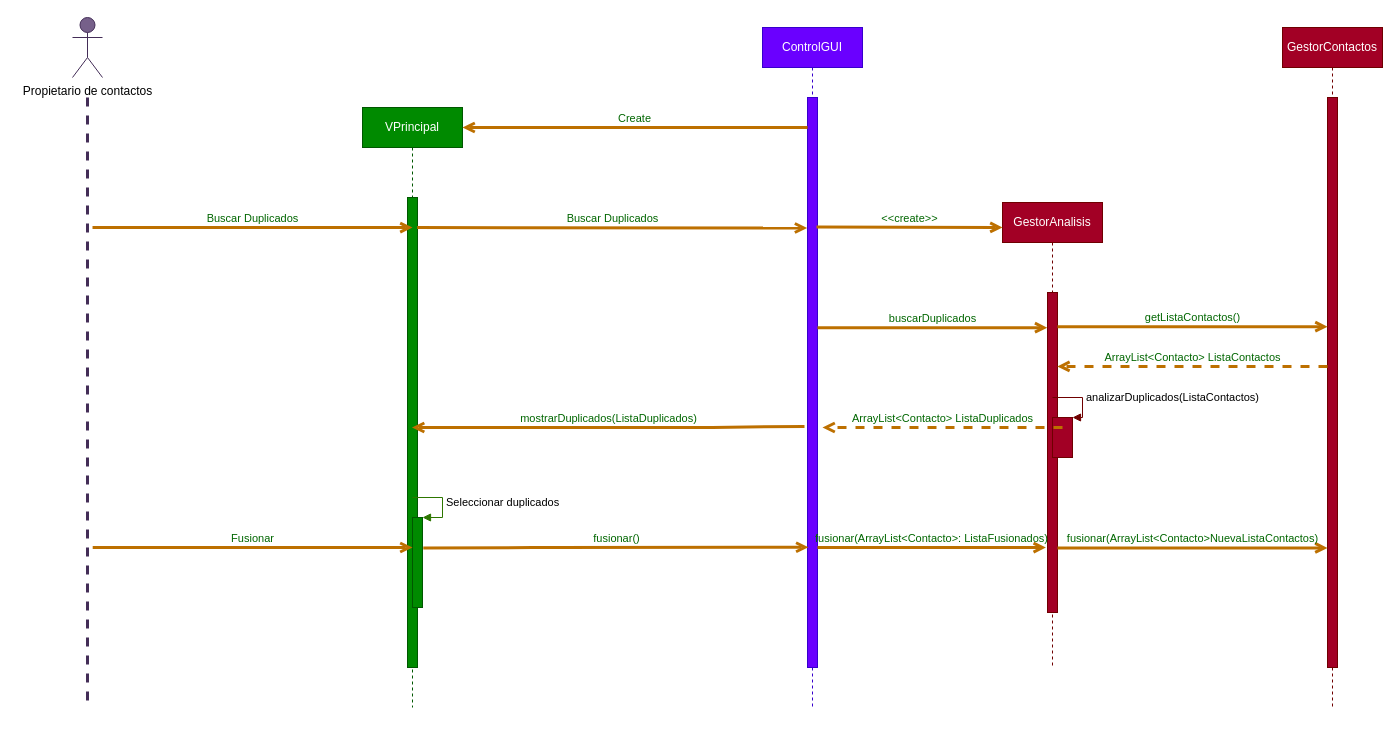
JuanCarlosGarciaZepeda/SmartScheduler keeps this draw.io diagram as diagramas/diagramas de secuencia/secuenciaC2_BuscarDuplicados.drawio. Above is the earlier version. Source tidied: cells renumbered, new cells numbered last; positions are measured from the earlier drawing's top-left corner, leaving out a move shared by most shapes. Both pictures are drawn from the tidied source at 100%, with x=0, y=0 at pixel (72, 17).
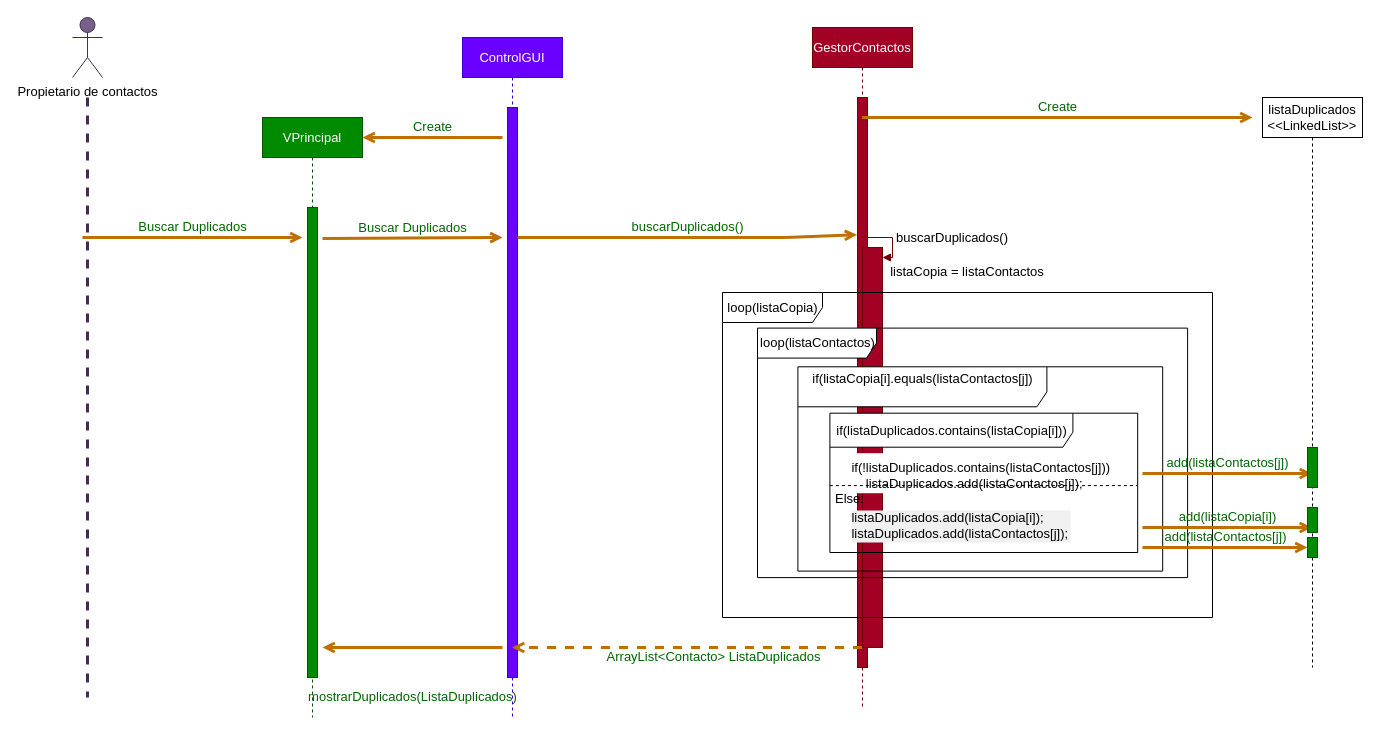
Above is the later version.

Diff of the diagram source:
```diff
@@
-    <mxCell id="2" value="Propietario de contactos" style="shape=umlActor;verticalLabelPosition=bottom;verticalAlign=top;html=1;fillColor=#76608a;strokeColor=#432D57;fontColor=#000000;" parent="1" vertex="1">
+    <mxCell id="2" value="Propietario de contactos" style="shape=umlActor;verticalLabelPosition=bottom;verticalAlign=top;html=1;fillColor=#76608a;strokeColor=#432D57;fontColor=#000000;fontSize=13;" parent="1" vertex="1">
       <mxGeometry width="30" height="60" as="geometry" />
     </mxCell>
-    <mxCell id="3" style="endArrow=none;startArrow=none;endFill=0;startFill=0;endSize=8;html=1;verticalAlign=bottom;labelBackgroundColor=none;strokeWidth=3;fillColor=#76608a;strokeColor=#432D57;dashed=1;" parent="1" edge="1">
+    <mxCell id="3" style="endArrow=none;startArrow=none;endFill=0;startFill=0;endSize=8;html=1;verticalAlign=bottom;labelBackgroundColor=none;strokeWidth=3;fillColor=#76608a;strokeColor=#432D57;dashed=1;fontSize=13;" parent="1" edge="1">
       <mxGeometry relative="1" as="geometry">
         <mxPoint x="15" y="80" as="sourcePoint" />
-        <mxPoint x="15" y="690" as="targetPoint" />
+        <mxPoint x="15" y="680" as="targetPoint" />
       </mxGeometry>
     </mxCell>
-    <mxCell id="4" value="VPrincipal" style="shape=umlLifeline;perimeter=lifelinePerimeter;whiteSpace=wrap;html=1;outlineConnect=0;fillColor=#008a00;strokeColor=#005700;fontColor=#ffffff;" parent="1" vertex="1">
-      <mxGeometry x="290" y="90" width="100" height="600" as="geometry" />
+    <mxCell id="4" value="VPrincipal" style="shape=umlLifeline;perimeter=lifelinePerimeter;whiteSpace=wrap;html=1;outlineConnect=0;fillColor=#008a00;strokeColor=#005700;fontColor=#ffffff;fontSize=13;" parent="1" vertex="1">
+      <mxGeometry x="190" y="100" width="100" height="600" as="geometry" />
     </mxCell>
-    <mxCell id="5" style="html=1;points=[];perimeter=orthogonalPerimeter;fillColor=#008a00;strokeColor=#005700;fontColor=#ffffff;" parent="4" vertex="1">
+    <mxCell id="5" style="html=1;points=[];perimeter=orthogonalPerimeter;fillColor=#008a00;strokeColor=#005700;fontColor=#ffffff;fontSize=13;" parent="4" vertex="1">
       <mxGeometry x="45" y="90" width="10" height="470" as="geometry" />
     </mxCell>
-    <mxCell id="6" value="ControlGUI" style="shape=umlLifeline;perimeter=lifelinePerimeter;whiteSpace=wrap;html=1;outlineConnect=0;strokeColor=#3700CC;fillColor=#6a00ff;fontColor=#ffffff;" parent="1" vertex="1">
-      <mxGeometry x="690" y="10" width="100" height="680" as="geometry" />
+    <mxCell id="6" value="ControlGUI" style="shape=umlLifeline;perimeter=lifelinePerimeter;whiteSpace=wrap;html=1;outlineConnect=0;strokeColor=#3700CC;fillColor=#6a00ff;fontColor=#ffffff;fontSize=13;" parent="1" vertex="1">
+      <mxGeometry x="390" y="20" width="100" height="680" as="geometry" />
     </mxCell>
-    <mxCell id="7" style="html=1;points=[];perimeter=orthogonalPerimeter;fillColor=#6a00ff;strokeColor=#3700CC;fontColor=#ffffff;" parent="6" vertex="1">
+    <mxCell id="7" style="html=1;points=[];perimeter=orthogonalPerimeter;fillColor=#6a00ff;strokeColor=#3700CC;fontColor=#ffffff;fontSize=13;" parent="6" vertex="1">
       <mxGeometry x="45" y="70" width="10" height="570" as="geometry" />
     </mxCell>
-    <mxCell id="8" value="GestorContactos" style="shape=umlLifeline;perimeter=lifelinePerimeter;whiteSpace=wrap;html=1;outlineConnect=0;fillColor=#a20025;strokeColor=#6F0000;fontColor=#ffffff;" parent="1" vertex="1">
-      <mxGeometry x="1210" y="10" width="100" height="680" as="geometry" />
+    <mxCell id="8" value="GestorContactos" style="shape=umlLifeline;perimeter=lifelinePerimeter;whiteSpace=wrap;html=1;outlineConnect=0;fillColor=#a20025;strokeColor=#6F0000;fontColor=#ffffff;fontSize=13;" parent="1" vertex="1">
+      <mxGeometry x="740" y="10" width="100" height="680" as="geometry" />
     </mxCell>
-    <mxCell id="9" style="html=1;points=[];perimeter=orthogonalPerimeter;fillColor=#a20025;strokeColor=#6F0000;fontColor=#ffffff;" parent="8" vertex="1">
+    <mxCell id="9" style="html=1;points=[];perimeter=orthogonalPerimeter;fillColor=#a20025;strokeColor=#6F0000;fontColor=#ffffff;fontSize=13;" parent="8" vertex="1">
       <mxGeometry x="45" y="70" width="10" height="570" as="geometry" />
     </mxCell>
-    <mxCell id="10" value="GestorAnalisis" style="shape=umlLifeline;perimeter=lifelinePerimeter;whiteSpace=wrap;html=1;fillColor=#a20025;strokeColor=#6F0000;fontColor=#ffffff;" parent="1" vertex="1">
-      <mxGeometry x="930" y="185" width="100" height="465" as="geometry" />
-    </mxCell>
-    <mxCell id="11" style="html=1;points=[];perimeter=orthogonalPerimeter;fillColor=#a20025;strokeColor=#6F0000;fontColor=#ffffff;" parent="10" vertex="1">
-      <mxGeometry x="45" y="90" width="10" height="320" as="geometry" />
-    </mxCell>
-    <mxCell id="12" value="getListaContactos()" style="html=1;verticalAlign=bottom;labelBackgroundColor=none;endArrow=open;endFill=0;fontColor=#006600;strokeWidth=3;fillColor=#f0a30a;strokeColor=#BD7000;entryX=0.006;entryY=0.402;entryDx=0;entryDy=0;entryPerimeter=0;" parent="1" edge="1" source="11" target="9">
-      <mxGeometry relative="1" as="geometry" />
-    </mxCell>
-    <mxCell id="13" style="html=1;points=[];perimeter=orthogonalPerimeter;fillColor=#a20025;strokeColor=#6F0000;shadow=0;fontColor=#ffffff;labelBackgroundColor=#ffffff;" parent="1" vertex="1">
-      <mxGeometry x="980" y="400" width="20" height="40" as="geometry" />
-    </mxCell>
-    <mxCell id="14" value="analizarDuplicados(ListaContactos)" style="edgeStyle=orthogonalEdgeStyle;html=1;align=left;spacingLeft=2;endArrow=block;rounded=0;entryX=1;entryY=0;fillColor=#a20025;strokeColor=#6F0000;shadow=0;fontColor=#000000;labelBackgroundColor=#ffffff;" parent="1" edge="1" target="13">
-      <mxGeometry relative="1" as="geometry">
-        <mxPoint x="980" y="380" as="sourcePoint" />
-        <Array as="points">
-          <mxPoint x="1010" y="380" />
-        </Array>
-      </mxGeometry>
-    </mxCell>
-    <mxCell id="15" style="html=1;points=[];perimeter=orthogonalPerimeter;fillColor=#008a00;strokeColor=#005700;shadow=0;fontColor=#ffffff;labelBackgroundColor=#ffffff;" parent="1" vertex="1">
-      <mxGeometry x="340" y="500" width="10" height="90" as="geometry" />
-    </mxCell>
-    <mxCell id="16" value="Seleccionar duplicados" style="edgeStyle=orthogonalEdgeStyle;html=1;align=left;spacingLeft=2;endArrow=block;rounded=0;entryX=1;entryY=0;fillColor=#60a917;strokeColor=#2D7600;shadow=0;fontColor=#000000;labelBackgroundColor=#ffffff;" parent="1" edge="1" target="15">
-      <mxGeometry relative="1" as="geometry">
-        <mxPoint x="340" y="480" as="sourcePoint" />
-        <Array as="points">
-          <mxPoint x="370" y="480" />
-        </Array>
-      </mxGeometry>
-    </mxCell>
-    <mxCell id="17" value="Create" style="html=1;verticalAlign=bottom;labelBackgroundColor=none;endArrow=open;endFill=0;fontColor=#006600;strokeWidth=3;fillColor=#f0a30a;strokeColor=#BD7000;" parent="1" edge="1">
+    <mxCell id="17" value="Create" style="html=1;verticalAlign=bottom;labelBackgroundColor=none;endArrow=open;endFill=0;fontColor=#006600;strokeWidth=3;fillColor=#f0a30a;strokeColor=#BD7000;fontSize=13;" parent="1" edge="1">
       <mxGeometry relative="1" as="geometry">
-        <mxPoint x="735" y="110" as="sourcePoint" />
-        <mxPoint x="390" y="110" as="targetPoint" />
+        <mxPoint x="430" y="120" as="sourcePoint" />
+        <mxPoint x="290" y="120" as="targetPoint" />
       </mxGeometry>
     </mxCell>
-    <mxCell id="18" value="Buscar Duplicados" style="html=1;verticalAlign=bottom;labelBackgroundColor=none;endArrow=open;endFill=0;fontColor=#006600;strokeWidth=3;fillColor=#f0a30a;strokeColor=#BD7000;exitX=0.967;exitY=0.064;exitDx=0;exitDy=0;exitPerimeter=0;entryX=-0.033;entryY=0.229;entryDx=0;entryDy=0;entryPerimeter=0;" parent="1" edge="1" source="5" target="7">
-      <mxGeometry relative="1" as="geometry" />
+    <mxCell id="18" value="Buscar Duplicados" style="html=1;verticalAlign=bottom;labelBackgroundColor=none;endArrow=open;endFill=0;fontColor=#006600;strokeWidth=3;fillColor=#f0a30a;strokeColor=#BD7000;fontSize=13;" parent="1" edge="1">
+      <mxGeometry relative="1" as="geometry">
+        <mxPoint x="250" y="221" as="sourcePoint" />
+        <mxPoint x="430" y="220" as="targetPoint" />
+      </mxGeometry>
     </mxCell>
-    <mxCell id="19" value="Buscar Duplicados" style="html=1;verticalAlign=bottom;labelBackgroundColor=none;endArrow=open;endFill=0;fontColor=#006600;strokeWidth=3;fillColor=#f0a30a;strokeColor=#BD7000;entryX=0.5;entryY=0.064;entryDx=0;entryDy=0;entryPerimeter=0;" parent="1" edge="1" target="5">
+    <mxCell id="19" value="Buscar Duplicados" style="html=1;verticalAlign=bottom;labelBackgroundColor=none;endArrow=open;endFill=0;fontColor=#006600;strokeWidth=3;fillColor=#f0a30a;strokeColor=#BD7000;fontSize=13;" parent="1" edge="1">
       <mxGeometry relative="1" as="geometry">
-        <mxPoint x="20" y="210.1" as="sourcePoint" />
+        <mxPoint x="10" y="220" as="sourcePoint" />
+        <mxPoint x="230" y="220" as="targetPoint" />
       </mxGeometry>
     </mxCell>
-    <mxCell id="20" value="Fusionar" style="html=1;verticalAlign=bottom;labelBackgroundColor=none;endArrow=open;endFill=0;fontColor=#006600;strokeWidth=3;fillColor=#f0a30a;strokeColor=#BD7000;" parent="1" edge="1" target="15">
-      <mxGeometry relative="1" as="geometry">
-        <mxPoint x="20.2" y="530" as="sourcePoint" />
-      </mxGeometry>
-    </mxCell>
-    <mxCell id="21" value="mostrarDuplicados(ListaDuplicados)" style="html=1;verticalAlign=bottom;labelBackgroundColor=none;endArrow=open;endFill=0;fontColor=#006600;strokeWidth=3;fillColor=#f0a30a;strokeColor=#BD7000;exitX=-0.3;exitY=0.577;exitDx=0;exitDy=0;exitPerimeter=0;" parent="1" edge="1" source="7" target="4">
-      <mxGeometry relative="1" as="geometry">
-        <Array as="points">
-          <mxPoint x="630" y="410" />
-        </Array>
+    <mxCell id="21" value="mostrarDuplicados(ListaDuplicados)" style="html=1;verticalAlign=bottom;labelBackgroundColor=none;endArrow=open;endFill=0;fontColor=#006600;strokeWidth=3;fillColor=#f0a30a;strokeColor=#BD7000;fontSize=13;" parent="1" edge="1">
+      <mxGeometry y="60" relative="1" as="geometry">
+        <mxPoint x="430" y="630" as="sourcePoint" />
+        <mxPoint x="250" y="630" as="targetPoint" />
       </mxGeometry>
     </mxCell>
-    <mxCell id="22" value="fusionar()" style="html=1;verticalAlign=bottom;labelBackgroundColor=none;endArrow=open;endFill=0;fontColor=#006600;strokeWidth=3;fillColor=#f0a30a;strokeColor=#BD7000;exitX=1.079;exitY=0.339;exitDx=0;exitDy=0;exitPerimeter=0;entryX=0.091;entryY=0.789;entryDx=0;entryDy=0;entryPerimeter=0;" parent="1" edge="1" source="15" target="7">
-      <mxGeometry relative="1" as="geometry">
-        <Array as="points">
-          <mxPoint x="470" y="530" />
-        </Array>
-      </mxGeometry>
-    </mxCell>
-    <mxCell id="23" value="buscarDuplicados" style="html=1;verticalAlign=bottom;labelBackgroundColor=none;endArrow=open;endFill=0;fontColor=#006600;strokeWidth=3;fillColor=#f0a30a;strokeColor=#BD7000;entryX=-0.022;entryY=0.11;entryDx=0;entryDy=0;entryPerimeter=0;" parent="1" edge="1" source="7" target="11">
-      <mxGeometry relative="1" as="geometry" />
-    </mxCell>
-    <mxCell id="24" value="&amp;lt;&amp;lt;create&amp;gt;&amp;gt;" style="html=1;verticalAlign=bottom;labelBackgroundColor=none;endArrow=open;endFill=0;fontColor=#006600;strokeWidth=3;fillColor=#f0a30a;strokeColor=#BD7000;exitX=0.9;exitY=0.227;exitDx=0;exitDy=0;exitPerimeter=0;" parent="1" edge="1" source="7">
-      <mxGeometry relative="1" as="geometry">
-        <mxPoint x="930" y="210" as="targetPoint" />
-      </mxGeometry>
-    </mxCell>
+    <mxCell id="29" value="buscarDuplicados()" style="html=1;verticalAlign=bottom;labelBackgroundColor=none;endArrow=open;endFill=0;fontColor=#006600;strokeWidth=3;fillColor=#f0a30a;strokeColor=#BD7000;fontSize=13;entryX=-0.044;entryY=0.241;entryDx=0;entryDy=0;entryPerimeter=0;" parent="1" edge="1" source="7" target="9">
+      <mxGeometry relative="1" as="geometry">
+        <Array as="points">
+          <mxPoint x="710" y="220" />
+        </Array>
+      </mxGeometry>
+    </mxCell>
-    <mxCell id="25" value="ArrayList&amp;lt;Contacto&amp;gt; ListaDuplicados" style="html=1;verticalAlign=bottom;labelBackgroundColor=none;endArrow=open;endFill=0;fontColor=#006600;strokeWidth=3;fillColor=#f0a30a;strokeColor=#BD7000;dashed=1;" parent="1" edge="1">
-      <mxGeometry relative="1" as="geometry">
-        <mxPoint x="990" y="410" as="sourcePoint" />
-        <mxPoint x="750" y="410" as="targetPoint" />
+    <mxCell id="25" value="ArrayList&amp;lt;Contacto&amp;gt; ListaDuplicados" style="html=1;verticalAlign=bottom;labelBackgroundColor=none;endArrow=open;endFill=0;fontColor=#006600;strokeWidth=3;fillColor=#f0a30a;strokeColor=#BD7000;dashed=1;fontSize=13;" parent="1" edge="1" source="8" target="6">
+      <mxGeometry x="-0.15" y="20" relative="1" as="geometry">
+        <Array as="points">
+          <mxPoint x="560" y="630" />
+        </Array>
       </mxGeometry>
     </mxCell>
-    <mxCell id="26" value="fusionar(ArrayList&amp;lt;Contacto&amp;gt;: ListaFusionados)" style="html=1;verticalAlign=bottom;labelBackgroundColor=none;endArrow=open;endFill=0;fontColor=#006600;strokeWidth=3;fillColor=#f0a30a;strokeColor=#BD7000;entryX=-0.161;entryY=0.797;entryDx=0;entryDy=0;entryPerimeter=0;" parent="1" edge="1" source="7" target="11">
-      <mxGeometry relative="1" as="geometry">
-        <Array as="points">
-          <mxPoint x="795" y="530" />
-        </Array>
-      </mxGeometry>
-    </mxCell>
-    <mxCell id="27" value="fusionar(ArrayList&amp;lt;Contacto&amp;gt;NuevaListaContactos)" style="html=1;verticalAlign=bottom;labelBackgroundColor=none;endArrow=open;endFill=0;fontColor=#006600;strokeWidth=3;fillColor=#f0a30a;strokeColor=#BD7000;" parent="1" edge="1" source="11" target="9">
-      <mxGeometry relative="1" as="geometry">
-        <Array as="points">
-          <mxPoint x="1060" y="530.4" />
-        </Array>
-      </mxGeometry>
-    </mxCell>
-    <mxCell id="28" value="ArrayList&amp;lt;Contacto&amp;gt; ListaContactos" style="html=1;verticalAlign=bottom;labelBackgroundColor=none;endArrow=open;endFill=0;fontColor=#006600;strokeWidth=3;fillColor=#f0a30a;strokeColor=#BD7000;dashed=1;entryX=0.98;entryY=0.231;entryDx=0;entryDy=0;entryPerimeter=0;" parent="1" edge="1" source="9" target="11">
-      <mxGeometry relative="1" as="geometry" />
-    </mxCell>
+    <mxCell id="30" value="listaCopia = listaContactos" style="text;align=center;fontColor=#000000;fontSize=13;" parent="1" vertex="1">
+      <mxGeometry x="845" y="240" width="100" height="20" as="geometry" />
+    </mxCell>
+    <mxCell id="31" style="html=1;perimeter=orthogonalPerimeter;fillColor=#a20025;strokeColor=#6F0000;shadow=0;fontColor=#ffffff;labelBackgroundColor=#ffffff;fontSize=13;" parent="1" vertex="1">
+      <mxGeometry x="790" y="230" width="20" height="400" as="geometry" />
+    </mxCell>
+    <mxCell id="32" value="buscarDuplicados()" style="edgeStyle=orthogonalEdgeStyle;html=1;align=left;spacingLeft=2;endArrow=block;rounded=0;entryX=1;entryY=0;fillColor=#a20025;strokeColor=#6F0000;shadow=0;fontColor=#000000;labelBackgroundColor=#ffffff;fontSize=13;" parent="1" edge="1">
+      <mxGeometry relative="1" as="geometry">
+        <mxPoint x="790" y="220" as="sourcePoint" />
+        <mxPoint x="810" y="240" as="targetPoint" />
+        <Array as="points">
+          <mxPoint x="820" y="220" />
+        </Array>
+      </mxGeometry>
+    </mxCell>
+    <mxCell id="33" value="loop(listaCopia)" style="shape=umlFrame;tabPosition=left;html=1;boundedLbl=1;labelInHeader=1;width=100;height=30;perimeterSpacing=1;strokeColor=#000000;fontSize=13;" parent="1" vertex="1">
+      <mxGeometry x="650" y="275" width="490" height="325" as="geometry" />
+    </mxCell>
+    <mxCell id="34" value="loop(listaContactos)" style="shape=umlFrame;tabPosition=left;html=1;boundedLbl=1;labelInHeader=1;width=119;height=30;strokeColor=#000000;fontSize=13;" parent="33" vertex="1">
+      <mxGeometry x="35" y="35.6" width="430.1" height="249.5" as="geometry" />
+    </mxCell>
+    <mxCell id="35" value="if(listaCopia[i].equals(listaContactos[j])&lt;div style=&quot;padding: 0px; margin: 0px; font-size: 13px;&quot;&gt;&lt;br style=&quot;padding: 0px; margin: 0px; font-size: 13px;&quot;&gt;&lt;/div&gt;" style="shape=umlFrame;tabPosition=left;html=1;boundedLbl=1;labelInHeader=1;width=249;height=40;fontColor=#000000;fillColor=#FFFFFF;strokeColor=#000000;fontSize=13;" parent="33" vertex="1">
+      <mxGeometry x="75.4" y="74.3" width="364.8" height="204.3" as="geometry" />
+    </mxCell>
+    <mxCell id="36" value="if(listaDuplicados.contains(listaCopia[i]))" style="shape=umlFrame;tabWidth=110;tabHeight=30;tabPosition=left;html=1;boundedLbl=1;labelInHeader=1;width=243;height=34;strokeColor=#000000;fillColor=#FFFFFF;fontColor=#000000;fontSize=13;" parent="33" vertex="1">
+      <mxGeometry x="107.4" y="120.7" width="307.8" height="139.3" as="geometry" />
+    </mxCell>
+    <mxCell id="37" value="if(!listaDuplicados.contains(listaContactos[j]))&#10;    listaDuplicados.add(listaContactos[j]);" style="text;fillColor=#FFFFFF;fontColor=#000000;fontSize=13;" parent="36" vertex="1">
+      <mxGeometry width="250" height="40" relative="1" as="geometry">
+        <mxPoint x="20" y="40" as="offset" />
+      </mxGeometry>
+    </mxCell>
+    <mxCell id="38" value="listaDuplicados.add(listaCopia[i]);&#10;listaDuplicados.add(listaContactos[j]);" style="line;strokeWidth=1;dashed=1;labelPosition=center;verticalLabelPosition=bottom;align=left;verticalAlign=top;spacingLeft=20;spacingTop=15;fillColor=#FFFFFF;fontColor=#000000;labelBackgroundColor=#F0F0F0;fontSize=13;" parent="36" vertex="1">
+      <mxGeometry y="69.6" width="307.8" height="5.6" as="geometry" />
+    </mxCell>
+    <mxCell id="39" value="Else:" style="text;html=1;align=center;verticalAlign=middle;strokeColor=none;fontColor=#000000;fontSize=13;" parent="36" vertex="1">
+      <mxGeometry y="75.2" width="40" height="20" as="geometry" />
+    </mxCell>
+    <mxCell id="40" value="listaDuplicados&lt;br style=&quot;font-size: 13px;&quot;&gt;&amp;lt;&amp;lt;LinkedList&amp;gt;&amp;gt;" style="shape=umlLifeline;perimeter=lifelinePerimeter;whiteSpace=wrap;html=1;outlineConnect=0;fontColor=#000000;strokeColor=#000000;fillColor=#FFFFFF;fontSize=13;" parent="1" vertex="1">
+      <mxGeometry x="1190" y="80" width="100" height="570" as="geometry" />
+    </mxCell>
+    <mxCell id="41" style="html=1;perimeter=orthogonalPerimeter;fillColor=#008a00;strokeColor=#005700;shadow=0;fontColor=#ffffff;labelBackgroundColor=#ffffff;fontSize=13;" parent="40" vertex="1">
+      <mxGeometry x="45" y="440" width="10" height="20" as="geometry" />
+    </mxCell>
+    <mxCell id="42" value="Create" style="html=1;verticalAlign=bottom;labelBackgroundColor=none;endArrow=open;endFill=0;fontColor=#006600;strokeWidth=3;fillColor=#f0a30a;strokeColor=#BD7000;fontSize=13;" parent="1" edge="1" source="8">
+      <mxGeometry relative="1" as="geometry">
+        <mxPoint x="1180" y="100" as="targetPoint" />
+      </mxGeometry>
+    </mxCell>
+    <mxCell id="43" value="add(listaContactos[j])" style="html=1;verticalAlign=bottom;labelBackgroundColor=none;endArrow=open;endFill=0;fontColor=#006600;strokeWidth=3;fillColor=#f0a30a;strokeColor=#BD7000;fontSize=13;" parent="1" edge="1" target="40">
+      <mxGeometry relative="1" as="geometry">
+        <mxPoint x="1070" y="456" as="sourcePoint" />
+      </mxGeometry>
+    </mxCell>
+    <mxCell id="44" style="html=1;perimeter=orthogonalPerimeter;fillColor=#008a00;strokeColor=#005700;shadow=0;fontColor=#ffffff;labelBackgroundColor=#ffffff;fontSize=13;" parent="1" vertex="1">
+      <mxGeometry x="1235" y="430" width="10" height="40" as="geometry" />
+    </mxCell>
+    <mxCell id="45" value="add(listaCopia[i])" style="html=1;verticalAlign=bottom;labelBackgroundColor=none;endArrow=open;endFill=0;fontColor=#006600;strokeWidth=3;fillColor=#f0a30a;strokeColor=#BD7000;fontSize=13;" parent="1" edge="1" target="40">
+      <mxGeometry relative="1" as="geometry">
+        <mxPoint x="1070" y="510" as="sourcePoint" />
+        <Array as="points">
+          <mxPoint x="1190" y="510" />
+        </Array>
+      </mxGeometry>
+    </mxCell>
+    <mxCell id="46" style="html=1;perimeter=orthogonalPerimeter;fillColor=#008a00;strokeColor=#005700;shadow=0;fontColor=#ffffff;labelBackgroundColor=#ffffff;fontSize=13;" parent="1" vertex="1">
+      <mxGeometry x="1235" y="490" width="10" height="25" as="geometry" />
+    </mxCell>
+    <mxCell id="47" value="add(listaContactos[j])" style="html=1;verticalAlign=bottom;labelBackgroundColor=none;endArrow=open;endFill=0;fontColor=#006600;strokeWidth=3;fillColor=#f0a30a;strokeColor=#BD7000;fontSize=13;" parent="1" edge="1">
+      <mxGeometry relative="1" as="geometry">
+        <mxPoint x="1070" y="530" as="sourcePoint" />
+        <mxPoint x="1235" y="530" as="targetPoint" />
+      </mxGeometry>
+    </mxCell>
```
